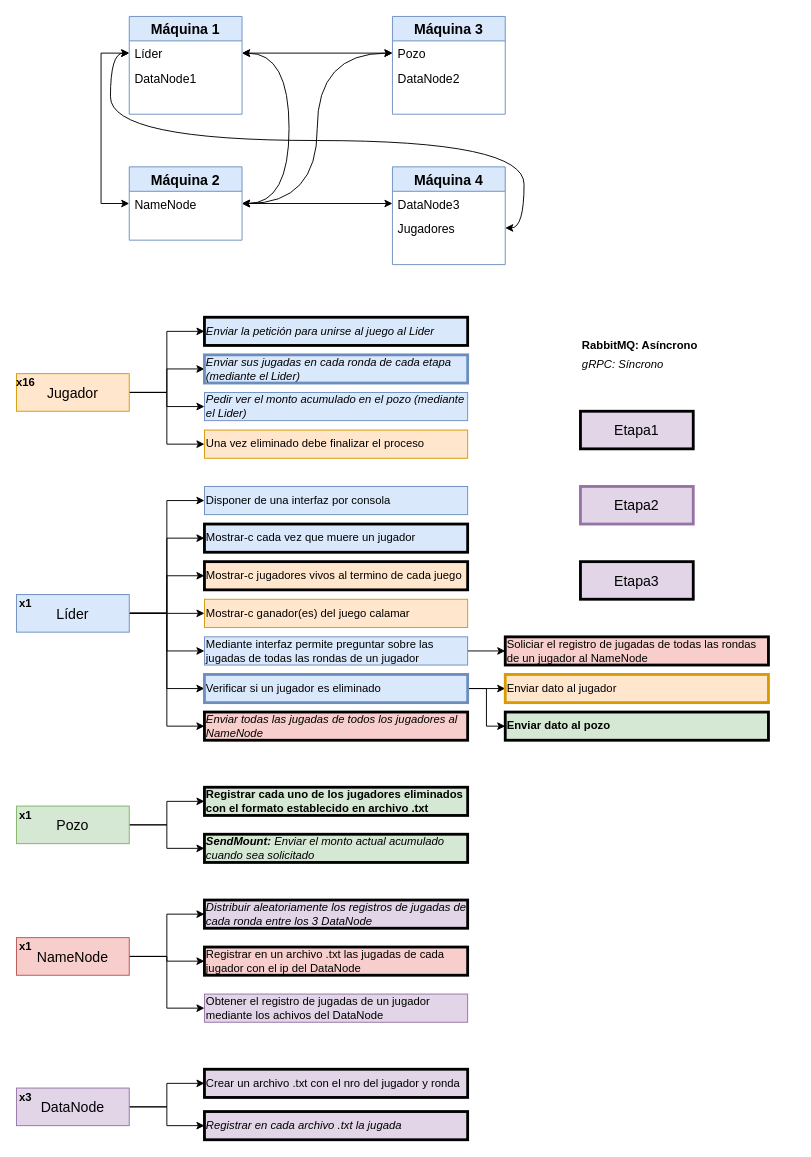
This is Tarea2.drawio from srlaggy/Lab2-Grupo42-INF343, a draw.io file, before an edit. Source tidied: cells renumbered, new cells numbered last; positions are measured from the earlier drawing's top-left corner, leaving out a move shared by most shapes. Both pictures are drawn from the tidied source at 94%, with x=0, y=0 at pixel (16, 16).
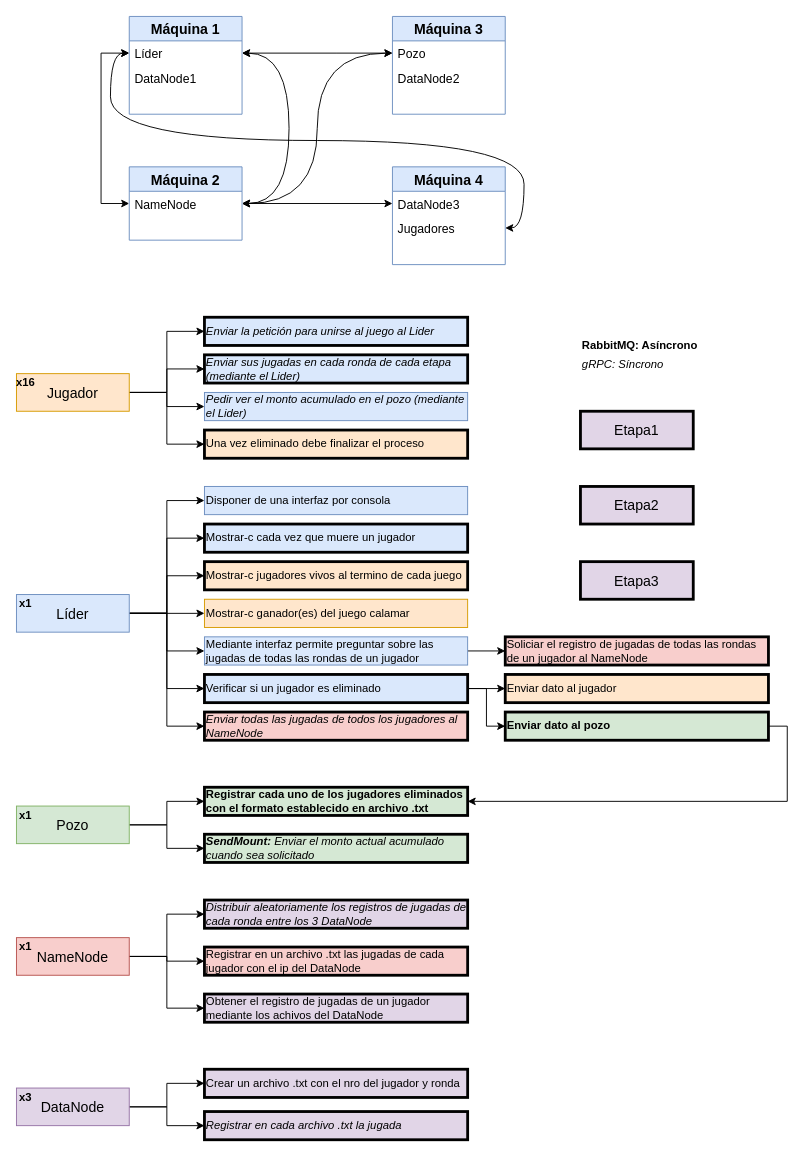
The same diagram, later.

The change refers to these unchanged cells:
```xml
<mxCell id="44" value="Enviar dato al pozo" style="rounded=0;whiteSpace=wrap;html=1;fontSize=12;align=left;fillColor=#d5e8d4;strokeColor=default;fontStyle=1;strokeWidth=3;" parent="1" vertex="1">
  <mxGeometry x="520" y="740" width="280" height="30" as="geometry" />
</mxCell>
<mxCell id="48" value="Registrar cada uno de los jugadores eliminados con el formato establecido en archivo .txt" style="rounded=0;whiteSpace=wrap;html=1;fontSize=12;align=left;fontStyle=1;fillColor=#d5e8d4;strokeColor=default;strokeWidth=3;" parent="1" vertex="1">
  <mxGeometry x="200" y="820" width="280" height="30" as="geometry" />
</mxCell>
```

Diff of the diagram source:
```diff
@@
-    <mxCell id="31" value="Enviar sus jugadas en cada ronda de cada etapa (mediante el Lider)" style="rounded=0;whiteSpace=wrap;html=1;fontSize=12;align=left;fillColor=#dae8fc;strokeColor=#6c8ebf;fontStyle=2;strokeWidth=3;" parent="1" vertex="1">
+    <mxCell id="31" value="Enviar sus jugadas en cada ronda de cada etapa (mediante el Lider)" style="rounded=0;whiteSpace=wrap;html=1;fontSize=12;align=left;fillColor=#dae8fc;strokeColor=default;fontStyle=2;strokeWidth=3;" parent="1" vertex="1">
       <mxGeometry x="200" y="360" width="280" height="30" as="geometry" />
     </mxCell>
-    <mxCell id="32" value="Una vez eliminado debe finalizar el proceso" style="rounded=0;whiteSpace=wrap;html=1;fontSize=12;align=left;fillColor=#ffe6cc;strokeColor=#d79b00;" parent="1" vertex="1">
+    <mxCell id="32" value="Una vez eliminado debe finalizar el proceso" style="rounded=0;whiteSpace=wrap;html=1;fontSize=12;align=left;fillColor=#ffe6cc;strokeColor=default;strokeWidth=3;" parent="1" vertex="1">
       <mxGeometry x="200" y="440" width="280" height="30" as="geometry" />
     </mxCell>
@@
-    <mxCell id="42" value="Verificar si un jugador es eliminado" style="rounded=0;whiteSpace=wrap;html=1;fontSize=12;align=left;fillColor=#dae8fc;strokeColor=#6c8ebf;strokeWidth=3;" parent="1" vertex="1">
+    <mxCell id="42" value="Verificar si un jugador es eliminado" style="rounded=0;whiteSpace=wrap;html=1;fontSize=12;align=left;fillColor=#dae8fc;strokeColor=default;strokeWidth=3;" parent="1" vertex="1">
       <mxGeometry x="200" y="700" width="280" height="30" as="geometry" />
     </mxCell>
-    <mxCell id="43" value="Enviar dato al jugador" style="rounded=0;whiteSpace=wrap;html=1;fontSize=12;align=left;fillColor=#ffe6cc;strokeColor=#d79b00;strokeWidth=3;" parent="1" vertex="1">
+    <mxCell id="43" value="Enviar dato al jugador" style="rounded=0;whiteSpace=wrap;html=1;fontSize=12;align=left;fillColor=#ffe6cc;strokeColor=default;strokeWidth=3;" parent="1" vertex="1">
       <mxGeometry x="520" y="700" width="280" height="30" as="geometry" />
     </mxCell>
+    <mxCell id="80" style="edgeStyle=orthogonalEdgeStyle;rounded=0;jettySize=auto;html=1;exitX=1;exitY=0.5;exitDx=0;exitDy=0;entryX=1;entryY=0.5;entryDx=0;entryDy=0;" parent="1" edge="1" source="44" target="48">
+      <mxGeometry relative="1" as="geometry" />
+    </mxCell>
@@
-    <mxCell id="55" value="Etapa2" style="rounded=0;whiteSpace=wrap;html=1;fontSize=15;fillColor=#e1d5e7;strokeColor=#9673a6;strokeWidth=3;" parent="1" vertex="1">
+    <mxCell id="55" value="Etapa2" style="rounded=0;whiteSpace=wrap;html=1;fontSize=15;fillColor=#e1d5e7;strokeColor=default;strokeWidth=3;" parent="1" vertex="1">
       <mxGeometry x="600" y="500" width="120" height="40" as="geometry" />
     </mxCell>
@@
-    <mxCell id="79" value="Obtener el registro de jugadas de un jugador mediante los achivos del DataNode" style="rounded=0;whiteSpace=wrap;html=1;fontSize=12;align=left;fontStyle=0;fillColor=#e1d5e7;strokeColor=#9673a6;" parent="1" vertex="1">
+    <mxCell id="79" value="Obtener el registro de jugadas de un jugador mediante los achivos del DataNode" style="rounded=0;whiteSpace=wrap;html=1;fontSize=12;align=left;fontStyle=0;fillColor=#e1d5e7;strokeColor=default;strokeWidth=3;" parent="1" vertex="1">
       <mxGeometry x="200" y="1040" width="280" height="30" as="geometry" />
     </mxCell>
```
